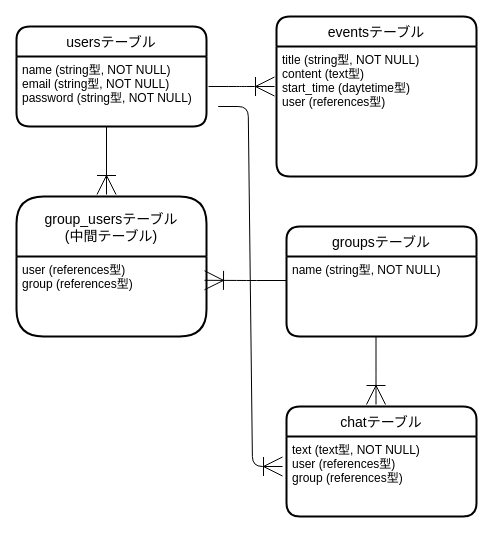
Above: schedule.dio in nao1008ya/my-schedule (draw.io), before the change. Source tidied: cells renumbered, new cells numbered last; positions are measured from the earlier drawing's top-left corner, leaving out a move shared by most shapes. Both pictures are drawn from the tidied source at 100%, with x=0, y=0 at pixel (16, 16).
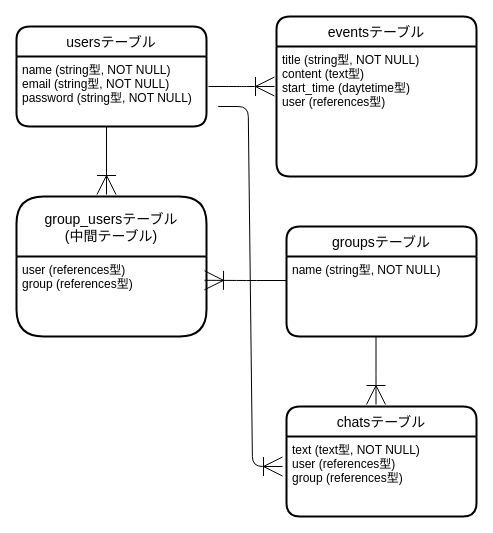
The same diagram, later.

Diff of the diagram source:
```diff
@@
-    <mxCell id="16" value="chatテーブル" style="swimlane;horizontal=1;startSize=30;rounded=1;fontSize=14;fontStyle=0;strokeWidth=2;shadow=0;dashed=0;align=center;" parent="1" vertex="1">
+    <mxCell id="16" value="chatsテーブル" style="swimlane;horizontal=1;startSize=30;rounded=1;fontSize=14;fontStyle=0;strokeWidth=2;shadow=0;dashed=0;align=center;" parent="1" vertex="1">
       <mxGeometry x="270" y="390" width="190" height="110" as="geometry" />
     </mxCell>
```
